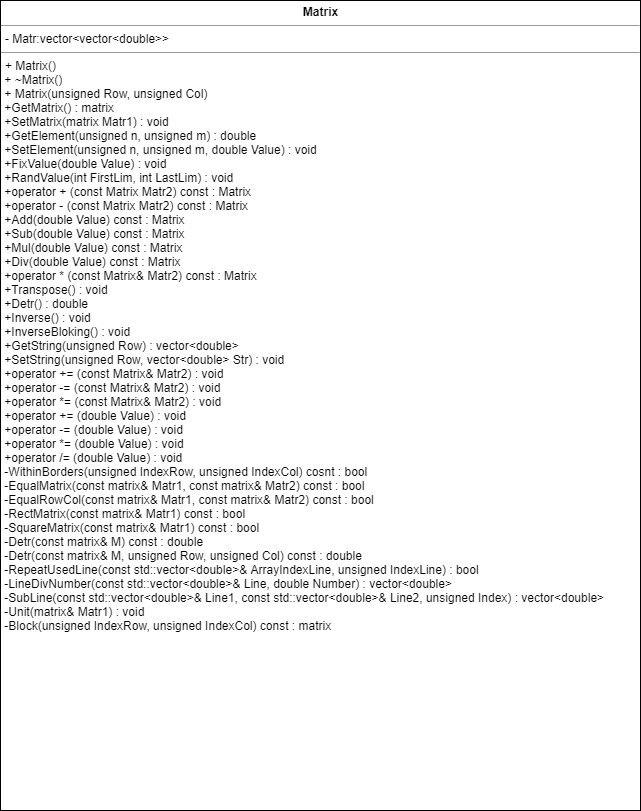
MAXXXYMIRON/OOP_second_task keeps this draw.io diagram as Class_matrix.png. Above is the earlier version. Source tidied: cells renumbered, new cells last; positions are measured from the earlier drawing's top-left corner, leaving out a move shared by most shapes.
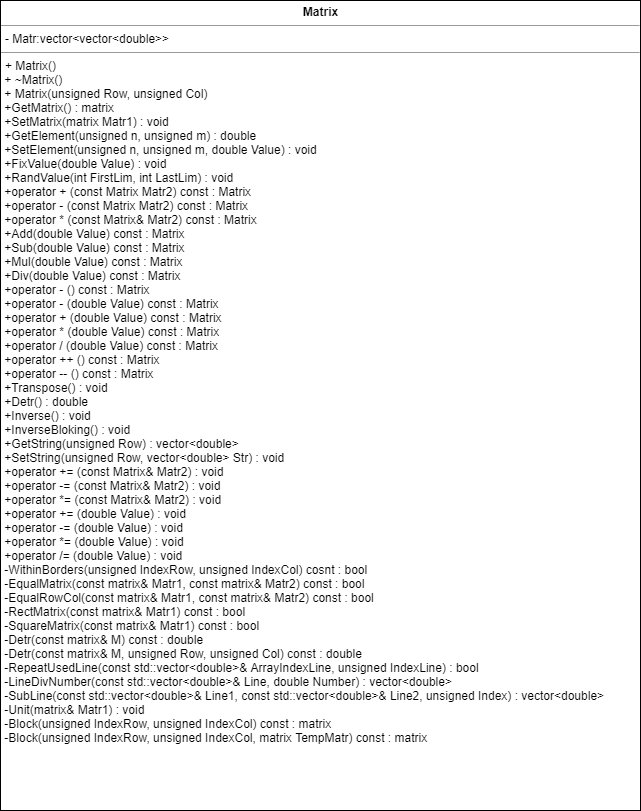
Later version of the same file.

What changed in the source:
```diff
@@ -2,7 +2,7 @@
   <root>
     <mxCell id="0" />
     <mxCell id="1" parent="0" />
-    <mxCell id="2" value="&lt;p style=&quot;margin: 0px ; margin-top: 4px ; text-align: center&quot;&gt;&lt;b&gt;Matrix&lt;/b&gt;&lt;/p&gt;&lt;hr size=&quot;1&quot;&gt;&lt;p style=&quot;margin: 0px ; margin-left: 4px&quot;&gt;- Matr:vector&amp;lt;vector&amp;lt;double&amp;gt;&amp;gt;&lt;/p&gt;&lt;hr size=&quot;1&quot;&gt;&lt;p style=&quot;margin: 0px ; margin-left: 4px&quot;&gt;+ Matrix()&lt;/p&gt;&amp;nbsp;+ ~Matrix()&lt;br&gt;&amp;nbsp;+ Matrix(unsigned Row, unsigned Col)&lt;br&gt;&amp;nbsp;+GetMatrix() : matrix&lt;br&gt;&amp;nbsp;+SetMatrix(matrix Matr1) : void&lt;br&gt;&amp;nbsp;+GetElement(unsigned n, unsigned m) : double&lt;br&gt;&amp;nbsp;+SetElement(unsigned n, unsigned m, double Value) : void&lt;br&gt;&amp;nbsp;+FixValue(double Value) : void&lt;br&gt;&amp;nbsp;+RandValue(int FirstLim, int LastLim) : void&lt;br&gt;&amp;nbsp;+operator + (const Matrix Matr2) const : Matrix&lt;br&gt;&amp;nbsp;+operator - (const Matrix Matr2) const : Matrix&lt;br&gt;&amp;nbsp;+Add(double Value) const : Matrix&lt;br&gt;&amp;nbsp;+Sub(double Value) const : Matrix&lt;br&gt;&amp;nbsp;+Mul(double Value) const : Matrix&lt;br&gt;&amp;nbsp;+Div(double Value) const : Matrix&lt;br&gt;&amp;nbsp;+operator * (const Matrix&amp;amp; Matr2) const : Matrix&lt;br&gt;&amp;nbsp;+Transpose() : void&lt;br&gt;&amp;nbsp;+Detr() : double&lt;br&gt;&amp;nbsp;+Inverse() : void&lt;br&gt;&amp;nbsp;+InverseBloking() : void&lt;br&gt;&amp;nbsp;+GetString(unsigned Row) : vector&amp;lt;double&amp;gt;&lt;br&gt;&amp;nbsp;+SetString(unsigned Row, vector&amp;lt;double&amp;gt; Str) : void&lt;br&gt;&amp;nbsp;+operator += (const Matrix&amp;amp; Matr2) : void&lt;br&gt;&amp;nbsp;+operator -= (const Matrix&amp;amp; Matr2) : void&lt;br&gt;&amp;nbsp;+operator *= (const Matrix&amp;amp; Matr2) : void&lt;br&gt;&amp;nbsp;+operator += (double Value) : void&lt;br&gt;&amp;nbsp;+operator -= (double Value) : void&lt;br&gt;&amp;nbsp;+operator *= (double Value) : void&lt;br&gt;&amp;nbsp;+operator /= (double Value) : void&lt;br&gt;&amp;nbsp;-WithinBorders(unsigned IndexRow, unsigned IndexCol) cosnt : bool&lt;br&gt;&amp;nbsp;-EqualMatrix(const matrix&amp;amp; Matr1, const matrix&amp;amp; Matr2) const : bool&lt;br&gt;&amp;nbsp;-EqualRowCol(const matrix&amp;amp; Matr1, const matrix&amp;amp; Matr2) const : bool&lt;br&gt;&amp;nbsp;-RectMatrix(const matrix&amp;amp; Matr1) const : bool&lt;br&gt;&amp;nbsp;-SquareMatrix(const matrix&amp;amp; Matr1) const : bool&lt;br&gt;&amp;nbsp;-Detr(const matrix&amp;amp; M) const : double&lt;br&gt;&amp;nbsp;-Detr(const matrix&amp;amp; M, unsigned Row, unsigned Col) const : double&lt;br&gt;&amp;nbsp;-RepeatUsedLine(const std::vector&amp;lt;double&amp;gt;&amp;amp; ArrayIndexLine, unsigned IndexLine) : bool&lt;br&gt;&amp;nbsp;-LineDivNumber(const std::vector&amp;lt;double&amp;gt;&amp;amp; Line, double Number) : vector&amp;lt;double&amp;gt;&lt;br&gt;&amp;nbsp;-SubLine(const std::vector&amp;lt;double&amp;gt;&amp;amp; Line1, const std::vector&amp;lt;double&amp;gt;&amp;amp; Line2, unsigned Index) : vector&amp;lt;double&amp;gt;&lt;br&gt;&amp;nbsp;-Unit(matrix&amp;amp; Matr1) : void&lt;br&gt;&amp;nbsp;-Block(unsigned IndexRow, unsigned IndexCol) const : matrix&lt;br&gt;&amp;nbsp;&lt;br&gt;&lt;br&gt;&amp;nbsp;" style="verticalAlign=top;align=left;overflow=fill;fontSize=12;fontFamily=Helvetica;html=1;" parent="1" vertex="1">
+    <mxCell id="2" value="&lt;p style=&quot;margin: 0px ; margin-top: 4px ; text-align: center&quot;&gt;&lt;b&gt;Matrix&lt;/b&gt;&lt;/p&gt;&lt;hr size=&quot;1&quot;&gt;&lt;p style=&quot;margin: 0px ; margin-left: 4px&quot;&gt;- Matr:vector&amp;lt;vector&amp;lt;double&amp;gt;&amp;gt;&lt;/p&gt;&lt;hr size=&quot;1&quot;&gt;&lt;p style=&quot;margin: 0px ; margin-left: 4px&quot;&gt;+ Matrix()&lt;/p&gt;&amp;nbsp;+ ~Matrix()&lt;br&gt;&amp;nbsp;+ Matrix(unsigned Row, unsigned Col)&lt;br&gt;&amp;nbsp;+GetMatrix() : matrix&lt;br&gt;&amp;nbsp;+SetMatrix(matrix Matr1) : void&lt;br&gt;&amp;nbsp;+GetElement(unsigned n, unsigned m) : double&lt;br&gt;&amp;nbsp;+SetElement(unsigned n, unsigned m, double Value) : void&lt;br&gt;&amp;nbsp;+FixValue(double Value) : void&lt;br&gt;&amp;nbsp;+RandValue(int FirstLim, int LastLim) : void&lt;br&gt;&amp;nbsp;+operator + (const Matrix Matr2) const : Matrix&lt;br&gt;&amp;nbsp;+operator - (const Matrix Matr2) const : Matrix&lt;br&gt;&amp;nbsp;+operator * (const Matrix&amp;amp; Matr2) const : Matrix&lt;br&gt;&amp;nbsp;+Add(double Value) const : Matrix&lt;br&gt;&amp;nbsp;+Sub(double Value) const : Matrix&lt;br&gt;&amp;nbsp;+Mul(double Value) const : Matrix&lt;br&gt;&amp;nbsp;+Div(double Value) const : Matrix&lt;br&gt;&amp;nbsp;+operator - () const : Matrix&lt;br&gt;&amp;nbsp;+operator - (double Value) const : Matrix&lt;br&gt;&amp;nbsp;+operator + (double Value) const : Matrix&lt;br&gt;&amp;nbsp;+operator * (double Value) const : Matrix&lt;br&gt;&amp;nbsp;+operator / (double Value) const : Matrix&lt;br&gt;&amp;nbsp;+operator ++ () const : Matrix&lt;br&gt;&amp;nbsp;+operator -- () const : Matrix&lt;br&gt;&amp;nbsp;+Transpose() : void&lt;br&gt;&amp;nbsp;+Detr() : double&lt;br&gt;&amp;nbsp;+Inverse() : void&lt;br&gt;&amp;nbsp;+InverseBloking() : void&lt;br&gt;&amp;nbsp;+GetString(unsigned Row) : vector&amp;lt;double&amp;gt;&lt;br&gt;&amp;nbsp;+SetString(unsigned Row, vector&amp;lt;double&amp;gt; Str) : void&lt;br&gt;&amp;nbsp;+operator += (const Matrix&amp;amp; Matr2) : void&lt;br&gt;&amp;nbsp;+operator -= (const Matrix&amp;amp; Matr2) : void&lt;br&gt;&amp;nbsp;+operator *= (const Matrix&amp;amp; Matr2) : void&lt;br&gt;&amp;nbsp;+operator += (double Value) : void&lt;br&gt;&amp;nbsp;+operator -= (double Value) : void&lt;br&gt;&amp;nbsp;+operator *= (double Value) : void&lt;br&gt;&amp;nbsp;+operator /= (double Value) : void&lt;br&gt;&amp;nbsp;-WithinBorders(unsigned IndexRow, unsigned IndexCol) cosnt : bool&lt;br&gt;&amp;nbsp;-EqualMatrix(const matrix&amp;amp; Matr1, const matrix&amp;amp; Matr2) const : bool&lt;br&gt;&amp;nbsp;-EqualRowCol(const matrix&amp;amp; Matr1, const matrix&amp;amp; Matr2) const : bool&lt;br&gt;&amp;nbsp;-RectMatrix(const matrix&amp;amp; Matr1) const : bool&lt;br&gt;&amp;nbsp;-SquareMatrix(const matrix&amp;amp; Matr1) const : bool&lt;br&gt;&amp;nbsp;-Detr(const matrix&amp;amp; M) const : double&lt;br&gt;&amp;nbsp;-Detr(const matrix&amp;amp; M, unsigned Row, unsigned Col) const : double&lt;br&gt;&amp;nbsp;-RepeatUsedLine(const std::vector&amp;lt;double&amp;gt;&amp;amp; ArrayIndexLine, unsigned IndexLine) : bool&lt;br&gt;&amp;nbsp;-LineDivNumber(const std::vector&amp;lt;double&amp;gt;&amp;amp; Line, double Number) : vector&amp;lt;double&amp;gt;&lt;br&gt;&amp;nbsp;-SubLine(const std::vector&amp;lt;double&amp;gt;&amp;amp; Line1, const std::vector&amp;lt;double&amp;gt;&amp;amp; Line2, unsigned Index) : vector&amp;lt;double&amp;gt;&lt;br&gt;&amp;nbsp;-Unit(matrix&amp;amp; Matr1) : void&lt;br&gt;&amp;nbsp;-Block(unsigned IndexRow, unsigned IndexCol) const : matrix&lt;br&gt;&amp;nbsp;-Block(unsigned IndexRow, unsigned IndexCol, matrix TempMatr) const : matrix&lt;br&gt;&lt;br&gt;&amp;nbsp;" style="verticalAlign=top;align=left;overflow=fill;fontSize=12;fontFamily=Helvetica;html=1;" parent="1" vertex="1">
       <mxGeometry width="640" height="810" as="geometry" />
     </mxCell>
   </root>
```
